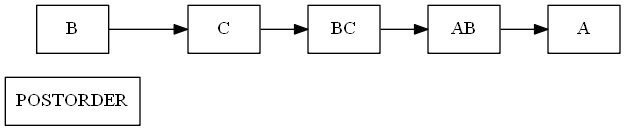
elimazariegos/EDD_2S2019_PY1_201709426 keeps this Graphviz diagram as transversal_report.png. Above is the earlier version. Its source is kept beside it as transversal_report.dot.
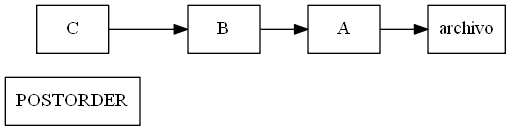
The same file after the commit.

The edit, as a diff of the source:
```diff
@@ -1,11 +1,10 @@
 digraph Grafica{
 rankdir=LR;
 node[shape=box]
- POSTORDER [with=1.5];abb0[label="B"]
-abb1[label="C"]
-abb2[label="BC"]
-abb3[label="AB"]
-abb4[label="A"]
+ POSTORDER [with=1.5];abb0[label="C"]
+abb1[label="B"]
+abb2[label="A"]
+abb3[label="archivo"]
 
 abb0->abb1;
 
@@ -13,6 +12,4 @@
 
 abb2->abb3;
 
-abb3->abb4;
-
 }
```
